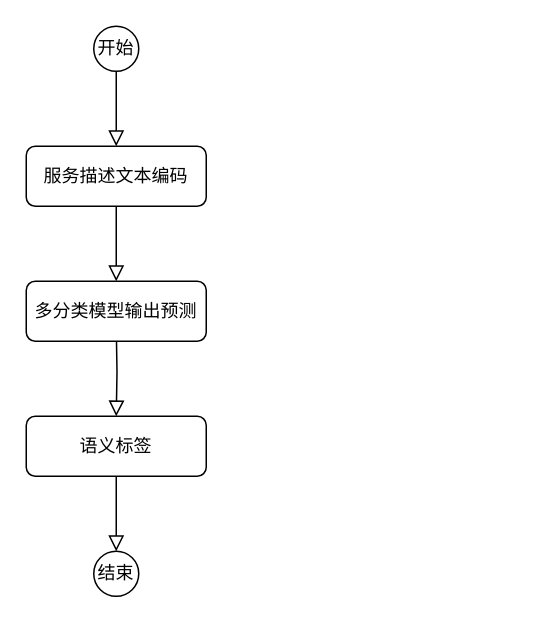
Before: Untitled Diagram3.drawio in BUAAw-ML/ganbert, a draw.io diagram. Source tidied: cells renumbered, new cells numbered last; positions are measured from the earlier drawing's top-left corner, leaving out a move shared by most shapes. Both pictures are drawn from the tidied source at 150%, with x=0, y=0 at pixel (26, 26).
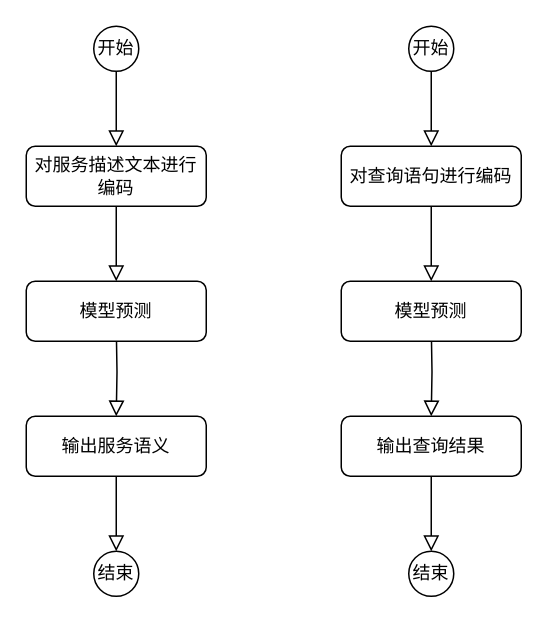
The same diagram, later.

Change to the diagram source:
```diff
@@
-    <mxCell id="3" value="服务描述文本编码" style="rounded=1;whiteSpace=wrap;html=1;fontSize=12;glass=0;strokeWidth=1;shadow=0;" parent="1" vertex="1">
+    <mxCell id="3" value="对服务描述文本进行编码" style="rounded=1;whiteSpace=wrap;html=1;fontSize=12;glass=0;strokeWidth=1;shadow=0;" parent="1" vertex="1">
       <mxGeometry y="80" width="120" height="40" as="geometry" />
     </mxCell>
@@
-    <mxCell id="5" value="语义标签" style="rounded=1;whiteSpace=wrap;html=1;fontSize=12;glass=0;strokeWidth=1;shadow=0;" parent="1" vertex="1">
+    <mxCell id="5" value="输出服务语义" style="rounded=1;whiteSpace=wrap;html=1;fontSize=12;glass=0;strokeWidth=1;shadow=0;" parent="1" vertex="1">
       <mxGeometry y="260" width="120" height="40" as="geometry" />
     </mxCell>
@@
-    <mxCell id="7" value="多分类模型输出预测" style="rounded=1;whiteSpace=wrap;html=1;fontSize=12;glass=0;strokeWidth=1;shadow=0;" parent="1" vertex="1">
+    <mxCell id="7" value="模型预测" style="rounded=1;whiteSpace=wrap;html=1;fontSize=12;glass=0;strokeWidth=1;shadow=0;" parent="1" vertex="1">
       <mxGeometry y="170" width="120" height="40" as="geometry" />
     </mxCell>
@@
+    <mxCell id="11" style="rounded=0;html=1;jettySize=auto;fontSize=11;endArrow=block;endFill=0;endSize=8;strokeWidth=1;shadow=0;labelBackgroundColor=none;edgeStyle=orthogonalEdgeStyle;entryX=0.5;entryY=0;entryDx=0;entryDy=0;" parent="1" edge="1" source="12" target="16">
+      <mxGeometry relative="1" as="geometry" />
+    </mxCell>
+    <mxCell id="12" value="对查询语句进行编码" style="rounded=1;whiteSpace=wrap;html=1;fontSize=12;glass=0;strokeWidth=1;shadow=0;" parent="1" vertex="1">
+      <mxGeometry x="210" y="80" width="120" height="40" as="geometry" />
+    </mxCell>
+    <mxCell id="13" style="rounded=0;html=1;jettySize=auto;fontSize=11;endArrow=block;endFill=0;endSize=8;strokeWidth=1;shadow=0;labelBackgroundColor=none;edgeStyle=orthogonalEdgeStyle;" parent="1" edge="1" target="14">
+      <mxGeometry x="0.33" y="20" relative="1" as="geometry">
+        <mxPoint x="270" y="200" as="sourcePoint" />
+      </mxGeometry>
+    </mxCell>
+    <mxCell id="14" value="输出查询结果" style="rounded=1;whiteSpace=wrap;html=1;fontSize=12;glass=0;strokeWidth=1;shadow=0;" parent="1" vertex="1">
+      <mxGeometry x="210" y="260" width="120" height="40" as="geometry" />
+    </mxCell>
+    <mxCell id="15" value="开始" style="ellipse;whiteSpace=wrap;html=1;" parent="1" vertex="1">
+      <mxGeometry x="255" width="30" height="30" as="geometry" />
+    </mxCell>
+    <mxCell id="16" value="模型预测" style="rounded=1;whiteSpace=wrap;html=1;fontSize=12;glass=0;strokeWidth=1;shadow=0;" parent="1" vertex="1">
+      <mxGeometry x="210" y="170" width="120" height="40" as="geometry" />
+    </mxCell>
+    <mxCell id="17" value="结束" style="ellipse;whiteSpace=wrap;html=1;" parent="1" vertex="1">
+      <mxGeometry x="255" y="350" width="30" height="30" as="geometry" />
+    </mxCell>
+    <mxCell id="18" style="rounded=0;html=1;jettySize=auto;fontSize=11;endArrow=block;endFill=0;endSize=8;strokeWidth=1;shadow=0;labelBackgroundColor=none;edgeStyle=orthogonalEdgeStyle;exitX=0.5;exitY=1;exitDx=0;exitDy=0;" parent="1" edge="1" source="15" target="12">
+      <mxGeometry x="0.33" y="20" relative="1" as="geometry" />
+    </mxCell>
+    <mxCell id="19" style="rounded=0;html=1;jettySize=auto;fontSize=11;endArrow=block;endFill=0;endSize=8;strokeWidth=1;shadow=0;labelBackgroundColor=none;edgeStyle=orthogonalEdgeStyle;exitX=0.5;exitY=1;exitDx=0;exitDy=0;entryX=0.5;entryY=0;entryDx=0;entryDy=0;" parent="1" edge="1" source="14" target="17">
+      <mxGeometry x="0.33" y="20" relative="1" as="geometry" />
+    </mxCell>
```
